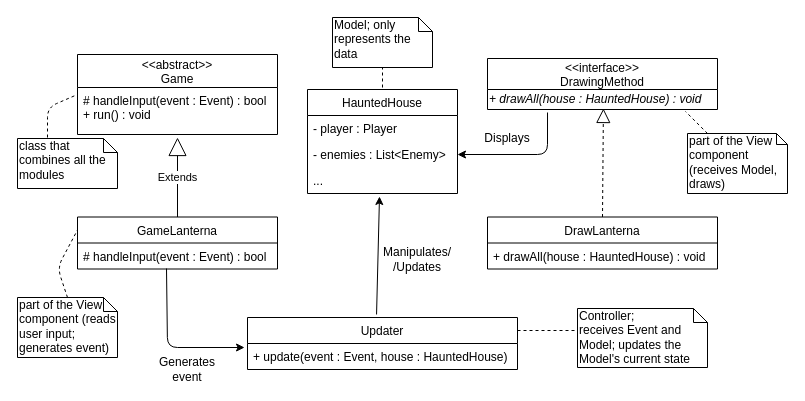
Above: docs/images/UML_MVC/UML_MVC.drawio in DiogoF17/LPOO_18-19 (draw.io), before the change. Source tidied: cells renumbered, new cells numbered last; positions are measured from the earlier drawing's top-left corner, leaving out a move shared by most shapes. Both pictures are drawn from the tidied source at 100%, with x=0, y=0 at pixel (17, 17).
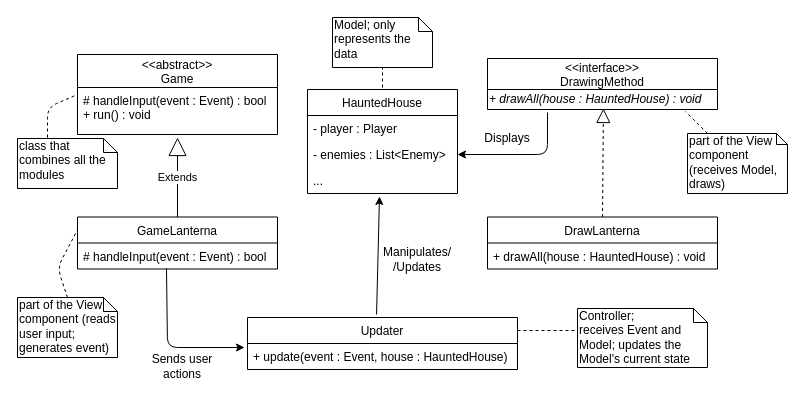
Above is the later version.

Commit message (it also covers changes not shown here):
Changed MVC diagram

Change to the diagram source:
```diff
@@
-    <mxCell id="33" value="Generates event" style="text;html=1;strokeColor=none;fillColor=none;align=center;verticalAlign=middle;whiteSpace=wrap;rounded=0;" parent="1" vertex="1">
-      <mxGeometry x="150" y="342" width="40" height="20" as="geometry" />
+    <mxCell id="33" value="Sends user actions&lt;br&gt;" style="text;html=1;strokeColor=none;fillColor=none;align=center;verticalAlign=middle;whiteSpace=wrap;rounded=0;" parent="1" vertex="1">
+      <mxGeometry x="130" y="339" width="70" height="20" as="geometry" />
     </mxCell>
```
